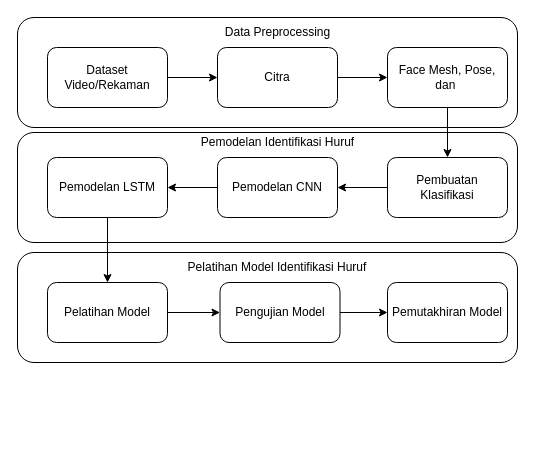
Earlier version of the draw.io diagram metodologi-thesis-v2.drawio (DaffaMage/daffa-diagrams). Source tidied: cells renumbered, new cells numbered last; positions are measured from the earlier drawing's top-left corner, leaving out a move shared by most shapes. Both pictures are drawn from the tidied source at 100%, with x=0, y=0 at pixel (17, 17).
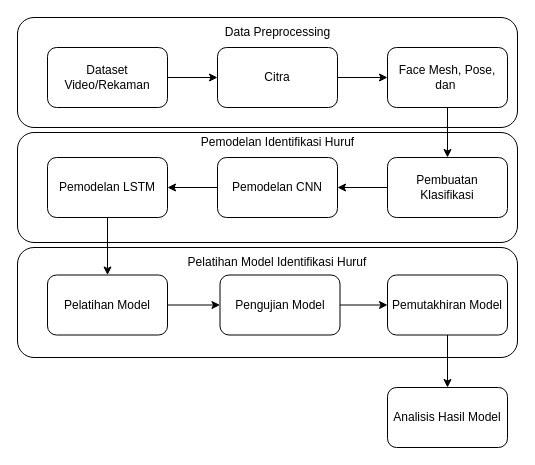
The same diagram, later.

What changed in the source:
```diff
@@
     <mxCell id="2" style="rounded=1;whiteSpace=wrap;html=1;" parent="1" vertex="1">
-      <mxGeometry y="235" width="500" height="110" as="geometry" />
+      <mxGeometry y="230" width="500" height="110" as="geometry" />
     </mxCell>
@@
     <mxCell id="20" value="Pelatihan Model" style="rounded=1;whiteSpace=wrap;html=1;" parent="1" vertex="1">
-      <mxGeometry x="30" y="265" width="120" height="60" as="geometry" />
+      <mxGeometry x="30" y="257.5" width="120" height="60" as="geometry" />
     </mxCell>
     <mxCell id="21" value="Pelatihan Model Identifikasi Huruf" style="text;html=1;strokeColor=none;fillColor=none;align=center;verticalAlign=middle;whiteSpace=wrap;rounded=0;" parent="1" vertex="1">
-      <mxGeometry x="166.9" y="235" width="186.2" height="30" as="geometry" />
+      <mxGeometry x="166.9" y="230" width="186.2" height="30" as="geometry" />
     </mxCell>
@@
     <mxCell id="23" value="Pengujian Model" style="rounded=1;whiteSpace=wrap;html=1;" parent="1" vertex="1">
-      <mxGeometry x="202.5" y="265" width="120" height="60" as="geometry" />
+      <mxGeometry x="202.5" y="257.5" width="120" height="60" as="geometry" />
     </mxCell>
+    <mxCell id="25" style="edgeStyle=orthogonalEdgeStyle;rounded=0;jettySize=auto;html=1;" parent="1" edge="1" source="24" target="26">
+      <mxGeometry relative="1" as="geometry" />
+    </mxCell>
     <mxCell id="24" value="Pemutakhiran Model" style="rounded=1;whiteSpace=wrap;html=1;" parent="1" vertex="1">
-      <mxGeometry x="370" y="265" width="120" height="60" as="geometry" />
+      <mxGeometry x="370" y="257.5" width="120" height="60" as="geometry" />
     </mxCell>
+    <mxCell id="26" value="Analisis Hasil Model" style="rounded=1;whiteSpace=wrap;html=1;" parent="1" vertex="1">
+      <mxGeometry x="370" y="370" width="120" height="60" as="geometry" />
+    </mxCell>
```
